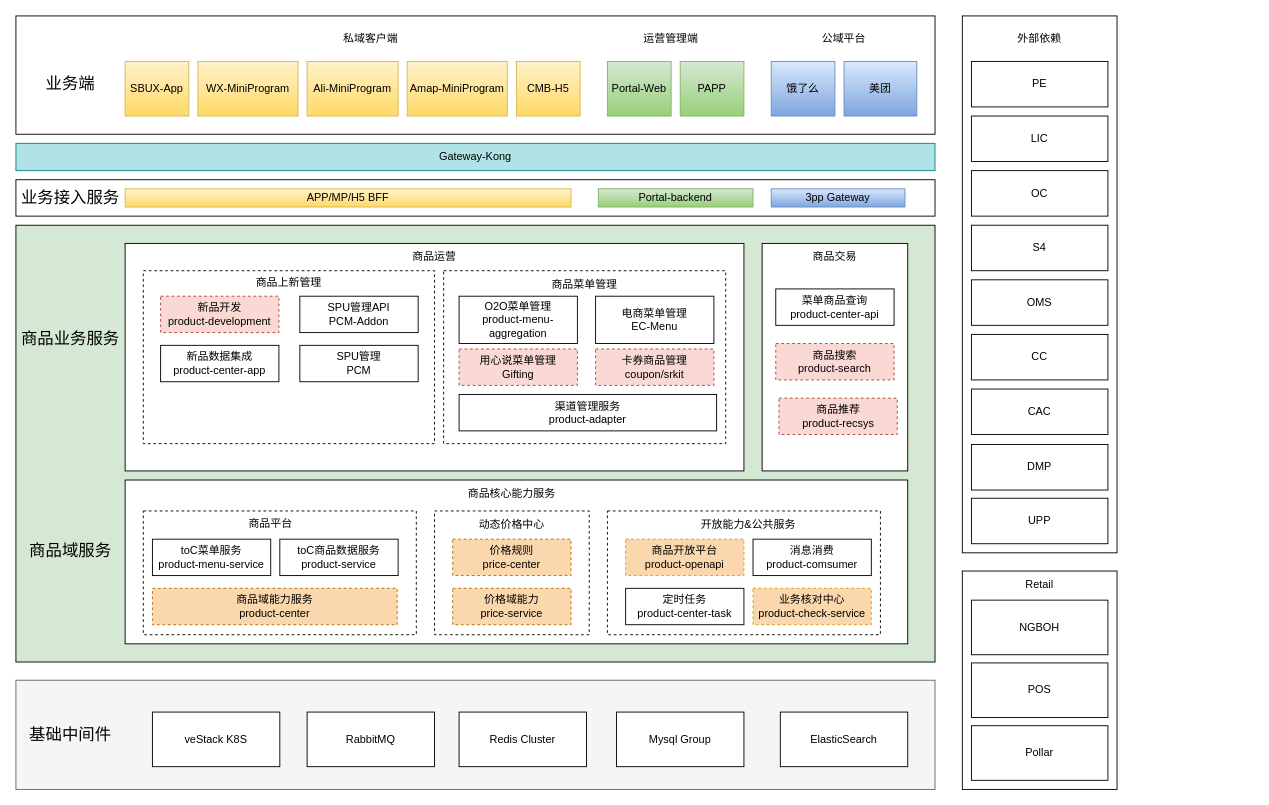
The draw.io diagram PC2.0技术架构.drawio in alexzhang2015/PC2.0, before the edit. Source tidied: cells renumbered, new cells numbered last; positions are measured from the earlier drawing's top-left corner, leaving out a move shared by most shapes. Both pictures are drawn from the tidied source at 91%, with x=0, y=0 at pixel (15, 15).
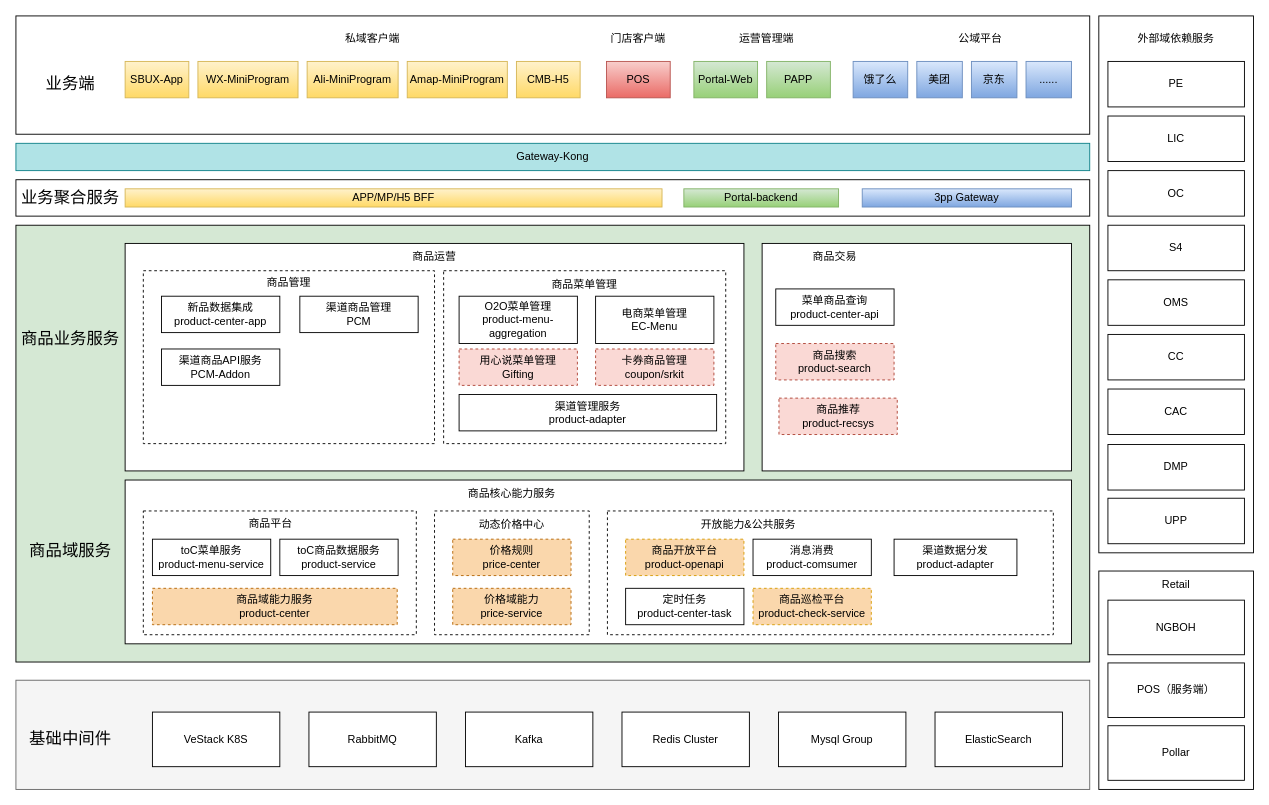
Above is the later version.

Commit message:
更新PC2.0技术架构.drawio

Diff of the diagram source:
```diff
@@
     <mxCell id="2" style="rounded=0;whiteSpace=wrap;html=1;fillColor=#D5E8D4;" parent="1" vertex="1">
-      <mxGeometry y="230" width="1010" height="480" as="geometry" />
+      <mxGeometry y="230" width="1180" height="480" as="geometry" />
     </mxCell>
     <mxCell id="3" style="rounded=0;whiteSpace=wrap;html=1;" parent="1" vertex="1">
-      <mxGeometry x="820" y="250" width="160" height="250" as="geometry" />
+      <mxGeometry x="820" y="250" width="340" height="250" as="geometry" />
     </mxCell>
@@
     <mxCell id="5" style="rounded=0;whiteSpace=wrap;html=1;" parent="1" vertex="1">
-      <mxGeometry x="120" y="510" width="860" height="180" as="geometry" />
+      <mxGeometry x="120" y="510" width="1040" height="180" as="geometry" />
     </mxCell>
     <mxCell id="6" style="rounded=0;whiteSpace=wrap;html=1;fillColor=#f5f5f5;strokeColor=#666666;fontColor=#333333;" parent="1" vertex="1">
-      <mxGeometry y="730" width="1010" height="120" as="geometry" />
+      <mxGeometry y="730" width="1180" height="120" as="geometry" />
     </mxCell>
-    <mxCell id="7" value="veStack K8S" style="rounded=0;whiteSpace=wrap;html=1;" parent="1" vertex="1">
+    <mxCell id="7" value="VeStack K8S" style="rounded=0;whiteSpace=wrap;html=1;" parent="1" vertex="1">
       <mxGeometry x="150" y="765" width="140" height="60" as="geometry" />
     </mxCell>
@@
     <mxCell id="11" value="&lt;font style=&quot;font-size: 18px;&quot;&gt;基础中间件&lt;/font&gt;" style="text;html=1;align=center;verticalAlign=middle;whiteSpace=wrap;rounded=0;" parent="1" vertex="1">
-      <mxGeometry x="10" y="775" width="100" height="30" as="geometry" />
+      <mxGeometry x="10" y="780" width="100" height="30" as="geometry" />
     </mxCell>
     <mxCell id="12" style="rounded=0;whiteSpace=wrap;html=1;" parent="1" vertex="1">
-      <mxGeometry width="1010" height="130" as="geometry" />
+      <mxGeometry width="1180" height="130" as="geometry" />
     </mxCell>
     <mxCell id="13" value="SBUX-App" style="rounded=0;whiteSpace=wrap;html=1;fillColor=#fff2cc;gradientColor=#ffd966;strokeColor=#d6b656;" parent="1" vertex="1">
-      <mxGeometry x="120" y="50" width="70" height="60" as="geometry" />
+      <mxGeometry x="120" y="50" width="70" height="40" as="geometry" />
     </mxCell>
     <mxCell id="14" value="WX-MiniProgram" style="rounded=0;whiteSpace=wrap;html=1;fillColor=#fff2cc;gradientColor=#ffd966;strokeColor=#d6b656;" parent="1" vertex="1">
-      <mxGeometry x="200" y="50" width="110" height="60" as="geometry" />
+      <mxGeometry x="200" y="50" width="110" height="40" as="geometry" />
     </mxCell>
     <mxCell id="15" value="Ali-MiniProgram" style="rounded=0;whiteSpace=wrap;html=1;fillColor=#fff2cc;gradientColor=#ffd966;strokeColor=#d6b656;" parent="1" vertex="1">
-      <mxGeometry x="320" y="50" width="100" height="60" as="geometry" />
+      <mxGeometry x="320" y="50" width="100" height="40" as="geometry" />
     </mxCell>
     <mxCell id="16" value="Amap-MiniProgram" style="rounded=0;whiteSpace=wrap;html=1;fillColor=#fff2cc;gradientColor=#ffd966;strokeColor=#d6b656;" parent="1" vertex="1">
-      <mxGeometry x="430" y="50" width="110" height="60" as="geometry" />
+      <mxGeometry x="430" y="50" width="110" height="40" as="geometry" />
     </mxCell>
     <mxCell id="17" value="CMB-H5" style="rounded=0;whiteSpace=wrap;html=1;fillColor=#fff2cc;gradientColor=#ffd966;strokeColor=#d6b656;" parent="1" vertex="1">
-      <mxGeometry x="550" y="50" width="70" height="60" as="geometry" />
+      <mxGeometry x="550" y="50" width="70" height="40" as="geometry" />
     </mxCell>
     <mxCell id="18" value="Gateway-Kong" style="rounded=0;whiteSpace=wrap;html=1;fillColor=#b0e3e6;strokeColor=#0e8088;" parent="1" vertex="1">
-      <mxGeometry y="140" width="1010" height="30" as="geometry" />
+      <mxGeometry y="140" width="1180" height="30" as="geometry" />
     </mxCell>
     <mxCell id="19" style="rounded=0;whiteSpace=wrap;html=1;" parent="1" vertex="1">
-      <mxGeometry y="180" width="1010" height="40" as="geometry" />
+      <mxGeometry y="180" width="1180" height="40" as="geometry" />
     </mxCell>
     <mxCell id="20" value="APP/MP/H5 BFF" style="rounded=0;whiteSpace=wrap;html=1;fillColor=#fff2cc;gradientColor=#ffd966;strokeColor=#d6b656;" parent="1" vertex="1">
-      <mxGeometry x="120" y="190" width="490" height="20" as="geometry" />
+      <mxGeometry x="120" y="190" width="590" height="20" as="geometry" />
     </mxCell>
     <mxCell id="21" value="Portal-backend" style="rounded=0;whiteSpace=wrap;html=1;fillColor=#d5e8d4;gradientColor=#97d077;strokeColor=#82b366;" parent="1" vertex="1">
-      <mxGeometry x="640" y="190" width="170" height="20" as="geometry" />
+      <mxGeometry x="734" y="190" width="170" height="20" as="geometry" />
     </mxCell>
     <mxCell id="22" value="3pp Gateway" style="rounded=0;whiteSpace=wrap;html=1;fillColor=#dae8fc;gradientColor=#7ea6e0;strokeColor=#6c8ebf;" parent="1" vertex="1">
-      <mxGeometry x="830" y="190" width="147" height="20" as="geometry" />
+      <mxGeometry x="930" y="190" width="230" height="20" as="geometry" />
     </mxCell>
     <mxCell id="23" value="Portal-Web" style="rounded=0;whiteSpace=wrap;html=1;fillColor=#d5e8d4;gradientColor=#97d077;strokeColor=#82b366;" parent="1" vertex="1">
-      <mxGeometry x="650" y="50" width="70" height="60" as="geometry" />
+      <mxGeometry x="745" y="50" width="70" height="40" as="geometry" />
     </mxCell>
     <mxCell id="24" value="饿了么" style="rounded=0;whiteSpace=wrap;html=1;fillColor=#dae8fc;gradientColor=#7ea6e0;strokeColor=#6c8ebf;" parent="1" vertex="1">
-      <mxGeometry x="830" y="50" width="70" height="60" as="geometry" />
+      <mxGeometry x="920" y="50" width="60" height="40" as="geometry" />
     </mxCell>
     <mxCell id="25" value="美团" style="rounded=0;whiteSpace=wrap;html=1;fillColor=#dae8fc;gradientColor=#7ea6e0;strokeColor=#6c8ebf;" parent="1" vertex="1">
-      <mxGeometry x="910" y="50" width="80" height="60" as="geometry" />
+      <mxGeometry x="990" y="50" width="50" height="40" as="geometry" />
     </mxCell>
     <mxCell id="26" style="rounded=0;whiteSpace=wrap;html=1;" parent="1" vertex="1">
-      <mxGeometry x="1040" width="170" height="590" as="geometry" />
+      <mxGeometry x="1190" width="170" height="590" as="geometry" />
     </mxCell>
     <mxCell id="27" style="rounded=0;whiteSpace=wrap;html=1;" parent="1" vertex="1">
-      <mxGeometry x="1040" y="610" width="170" height="240" as="geometry" />
+      <mxGeometry x="1190" y="610" width="170" height="240" as="geometry" />
     </mxCell>
     <mxCell id="28" value="NGBOH" style="rounded=0;whiteSpace=wrap;html=1;" parent="1" vertex="1">
-      <mxGeometry x="1050" y="642" width="150" height="60" as="geometry" />
+      <mxGeometry x="1200" y="642" width="150" height="60" as="geometry" />
     </mxCell>
     <mxCell id="29" value="Pollar" style="rounded=0;whiteSpace=wrap;html=1;" parent="1" vertex="1">
-      <mxGeometry x="1050" y="780" width="150" height="60" as="geometry" />
+      <mxGeometry x="1200" y="780" width="150" height="60" as="geometry" />
     </mxCell>
     <mxCell id="30" value="PE" style="rounded=0;whiteSpace=wrap;html=1;" parent="1" vertex="1">
-      <mxGeometry x="1050" y="50" width="150" height="50" as="geometry" />
+      <mxGeometry x="1200" y="50" width="150" height="50" as="geometry" />
     </mxCell>
     <mxCell id="31" value="LIC" style="rounded=0;whiteSpace=wrap;html=1;" parent="1" vertex="1">
-      <mxGeometry x="1050" y="110" width="150" height="50" as="geometry" />
+      <mxGeometry x="1200" y="110" width="150" height="50" as="geometry" />
     </mxCell>
     <mxCell id="32" value="OC" style="rounded=0;whiteSpace=wrap;html=1;" parent="1" vertex="1">
-      <mxGeometry x="1050" y="170" width="150" height="50" as="geometry" />
+      <mxGeometry x="1200" y="170" width="150" height="50" as="geometry" />
     </mxCell>
     <mxCell id="33" value="S4" style="rounded=0;whiteSpace=wrap;html=1;" parent="1" vertex="1">
-      <mxGeometry x="1050" y="230" width="150" height="50" as="geometry" />
+      <mxGeometry x="1200" y="230" width="150" height="50" as="geometry" />
     </mxCell>
     <mxCell id="34" value="OMS" style="rounded=0;whiteSpace=wrap;html=1;" parent="1" vertex="1">
-      <mxGeometry x="1050" y="290" width="150" height="50" as="geometry" />
+      <mxGeometry x="1200" y="290" width="150" height="50" as="geometry" />
     </mxCell>
     <mxCell id="35" value="CC" style="rounded=0;whiteSpace=wrap;html=1;" parent="1" vertex="1">
-      <mxGeometry x="1050" y="350" width="150" height="50" as="geometry" />
+      <mxGeometry x="1200" y="350" width="150" height="50" as="geometry" />
     </mxCell>
     <mxCell id="36" value="CAC" style="rounded=0;whiteSpace=wrap;html=1;" parent="1" vertex="1">
-      <mxGeometry x="1050" y="410" width="150" height="50" as="geometry" />
+      <mxGeometry x="1200" y="410" width="150" height="50" as="geometry" />
     </mxCell>
     <mxCell id="37" value="DMP" style="rounded=0;whiteSpace=wrap;html=1;" parent="1" vertex="1">
-      <mxGeometry x="1050" y="471" width="150" height="50" as="geometry" />
+      <mxGeometry x="1200" y="471" width="150" height="50" as="geometry" />
     </mxCell>
     <mxCell id="38" value="私域客户端" style="text;html=1;align=center;verticalAlign=middle;whiteSpace=wrap;rounded=0;" parent="1" vertex="1">
-      <mxGeometry x="340" y="10" width="100" height="30" as="geometry" />
+      <mxGeometry x="342" y="10" width="100" height="30" as="geometry" />
     </mxCell>
     <mxCell id="39" value="运营管理端" style="text;html=1;align=center;verticalAlign=middle;whiteSpace=wrap;rounded=0;" parent="1" vertex="1">
-      <mxGeometry x="670" y="10" width="100" height="30" as="geometry" />
+      <mxGeometry x="775" y="10" width="100" height="30" as="geometry" />
     </mxCell>
     <mxCell id="40" value="公域平台" style="text;html=1;align=center;verticalAlign=middle;whiteSpace=wrap;rounded=0;" parent="1" vertex="1">
-      <mxGeometry x="860" y="10" width="100" height="30" as="geometry" />
+      <mxGeometry x="1010" y="10" width="100" height="30" as="geometry" />
     </mxCell>
     <mxCell id="41" value="PAPP" style="rounded=0;whiteSpace=wrap;html=1;fillColor=#d5e8d4;gradientColor=#97d077;strokeColor=#82b366;" parent="1" vertex="1">
-      <mxGeometry x="730" y="50" width="70" height="60" as="geometry" />
+      <mxGeometry x="825" y="50" width="70" height="40" as="geometry" />
     </mxCell>
-    <mxCell id="42" value="外部依赖" style="text;html=1;align=center;verticalAlign=middle;whiteSpace=wrap;rounded=0;" parent="1" vertex="1">
-      <mxGeometry x="1075" y="10" width="100" height="30" as="geometry" />
+    <mxCell id="42" value="外部域依赖服务" style="text;html=1;align=center;verticalAlign=middle;whiteSpace=wrap;rounded=0;" parent="1" vertex="1">
+      <mxGeometry x="1225" y="10" width="100" height="30" as="geometry" />
     </mxCell>
     <mxCell id="43" value="UPP" style="rounded=0;whiteSpace=wrap;html=1;" parent="1" vertex="1">
-      <mxGeometry x="1050" y="530" width="150" height="50" as="geometry" />
+      <mxGeometry x="1200" y="530" width="150" height="50" as="geometry" />
     </mxCell>
     <mxCell id="44" value="Retail" style="text;html=1;align=center;verticalAlign=middle;whiteSpace=wrap;rounded=0;" parent="1" vertex="1">
-      <mxGeometry x="1075" y="610" width="100" height="30" as="geometry" />
+      <mxGeometry x="1225" y="610" width="100" height="30" as="geometry" />
     </mxCell>
@@
     <mxCell id="52" style="rounded=0;whiteSpace=wrap;html=1;dashed=1;" parent="1" vertex="1">
-      <mxGeometry x="650" y="544" width="300" height="136" as="geometry" />
+      <mxGeometry x="650" y="544" width="490" height="136" as="geometry" />
     </mxCell>
@@
-    <mxCell id="56" value="业务核对中心&lt;br&gt;product-check-service" style="rounded=0;whiteSpace=wrap;html=1;fillColor=#fad7ac;strokeColor=#d79b00;dashed=1;" parent="1" vertex="1">
+    <mxCell id="56" value="商品巡检平台&lt;br&gt;product-check-service" style="rounded=0;whiteSpace=wrap;html=1;fillColor=#fad7ac;strokeColor=#d79b00;dashed=1;" parent="1" vertex="1">
       <mxGeometry x="810" y="629" width="130" height="40" as="geometry" />
     </mxCell>
@@
-    <mxCell id="61" value="&lt;div&gt;新品开发&lt;/div&gt;product-development" style="rounded=0;whiteSpace=wrap;html=1;fillColor=#fad9d5;strokeColor=#ae4132;dashed=1;" parent="1" vertex="1">
-      <mxGeometry x="159" y="308" width="130" height="40" as="geometry" />
-    </mxCell>
     <mxCell id="62" value="新品数据集成&lt;br&gt;product-center-app" style="rounded=0;whiteSpace=wrap;html=1;" parent="1" vertex="1">
-      <mxGeometry x="159" y="362" width="130" height="40" as="geometry" />
+      <mxGeometry x="160" y="308" width="130" height="40" as="geometry" />
     </mxCell>
-    <mxCell id="63" value="SPU管理API&lt;br&gt;PCM-Addon" style="rounded=0;whiteSpace=wrap;html=1;" parent="1" vertex="1">
-      <mxGeometry x="312" y="308" width="130" height="40" as="geometry" />
+    <mxCell id="63" value="渠道商品API服务&lt;br&gt;PCM-Addon" style="rounded=0;whiteSpace=wrap;html=1;" parent="1" vertex="1">
+      <mxGeometry x="160" y="366" width="130" height="40" as="geometry" />
     </mxCell>
-    <mxCell id="64" value="&lt;div&gt;SPU管理&lt;/div&gt;&lt;span style=&quot;background-color: initial;&quot;&gt;PCM&lt;/span&gt;" style="rounded=0;whiteSpace=wrap;html=1;" parent="1" vertex="1">
-      <mxGeometry x="312" y="362" width="130" height="40" as="geometry" />
+    <mxCell id="64" value="&lt;div&gt;渠道商品管理&lt;/div&gt;&lt;span style=&quot;background-color: initial;&quot;&gt;PCM&lt;/span&gt;" style="rounded=0;whiteSpace=wrap;html=1;" parent="1" vertex="1">
+      <mxGeometry x="312" y="308" width="130" height="40" as="geometry" />
     </mxCell>
@@
-    <mxCell id="70" value="商品上新管理" style="text;html=1;align=center;verticalAlign=middle;whiteSpace=wrap;rounded=0;" parent="1" vertex="1">
+    <mxCell id="70" value="商品管理" style="text;html=1;align=center;verticalAlign=middle;whiteSpace=wrap;rounded=0;" parent="1" vertex="1">
       <mxGeometry x="250" y="278" width="100" height="30" as="geometry" />
     </mxCell>
@@
-    <mxCell id="72" value="POS" style="rounded=0;whiteSpace=wrap;html=1;" parent="1" vertex="1">
-      <mxGeometry x="1050" y="711" width="150" height="60" as="geometry" />
+    <mxCell id="72" value="POS（服务端）" style="rounded=0;whiteSpace=wrap;html=1;" parent="1" vertex="1">
+      <mxGeometry x="1200" y="711" width="150" height="60" as="geometry" />
     </mxCell>
@@
-    <mxCell id="79" value="&lt;font style=&quot;font-size: 18px;&quot;&gt;业务接入服务&lt;/font&gt;" style="text;html=1;align=center;verticalAlign=middle;whiteSpace=wrap;rounded=0;" parent="1" vertex="1">
+    <mxCell id="79" value="&lt;font style=&quot;font-size: 18px;&quot;&gt;业务聚合服务&lt;/font&gt;" style="text;html=1;align=center;verticalAlign=middle;whiteSpace=wrap;rounded=0;" parent="1" vertex="1">
       <mxGeometry x="5" y="185" width="110" height="30" as="geometry" />
     </mxCell>
     <mxCell id="80" value="RabbitMQ" style="rounded=0;whiteSpace=wrap;html=1;" parent="1" vertex="1">
-      <mxGeometry x="320" y="765" width="140" height="60" as="geometry" />
+      <mxGeometry x="322" y="765" width="140" height="60" as="geometry" />
     </mxCell>
     <mxCell id="81" value="Redis Cluster" style="rounded=0;whiteSpace=wrap;html=1;" parent="1" vertex="1">
-      <mxGeometry x="487" y="765" width="140" height="60" as="geometry" />
+      <mxGeometry x="666" y="765" width="140" height="60" as="geometry" />
     </mxCell>
     <mxCell id="82" value="Mysql Group" style="rounded=0;whiteSpace=wrap;html=1;" parent="1" vertex="1">
-      <mxGeometry x="660" y="765" width="140" height="60" as="geometry" />
+      <mxGeometry x="838" y="765" width="140" height="60" as="geometry" />
     </mxCell>
     <mxCell id="83" value="ElasticSearch" style="rounded=0;whiteSpace=wrap;html=1;" parent="1" vertex="1">
-      <mxGeometry x="840" y="765" width="140" height="60" as="geometry" />
+      <mxGeometry x="1010" y="765" width="140" height="60" as="geometry" />
     </mxCell>
@@
+    <mxCell id="85" value="京东" style="rounded=0;whiteSpace=wrap;html=1;fillColor=#dae8fc;gradientColor=#7ea6e0;strokeColor=#6c8ebf;" parent="1" vertex="1">
+      <mxGeometry x="1050" y="50" width="50" height="40" as="geometry" />
+    </mxCell>
+    <mxCell id="86" value="......" style="rounded=0;whiteSpace=wrap;html=1;fillColor=#dae8fc;gradientColor=#7ea6e0;strokeColor=#6c8ebf;" parent="1" vertex="1">
+      <mxGeometry x="1110" y="50" width="50" height="40" as="geometry" />
+    </mxCell>
+    <mxCell id="87" value="门店客户端" style="text;html=1;align=center;verticalAlign=middle;whiteSpace=wrap;rounded=0;" parent="1" vertex="1">
+      <mxGeometry x="634" y="10" width="100" height="30" as="geometry" />
+    </mxCell>
+    <mxCell id="88" value="POS" style="rounded=0;whiteSpace=wrap;html=1;fillColor=#f8cecc;gradientColor=#ea6b66;strokeColor=#b85450;" parent="1" vertex="1">
+      <mxGeometry x="649" y="50" width="70" height="40" as="geometry" />
+    </mxCell>
+    <mxCell id="89" value="Kafka" style="rounded=0;whiteSpace=wrap;html=1;" parent="1" vertex="1">
+      <mxGeometry x="494" y="765" width="140" height="60" as="geometry" />
+    </mxCell>
+    <mxCell id="90" value="&lt;div class=&quot;lake-content&quot;&gt;&lt;span class=&quot;ne-text&quot;&gt;渠道数据分发&lt;/span&gt;&lt;/div&gt;product-adapter" style="rounded=0;whiteSpace=wrap;html=1;" parent="1" vertex="1">
+      <mxGeometry x="965" y="575" width="135" height="40" as="geometry" />
+    </mxCell>
```
